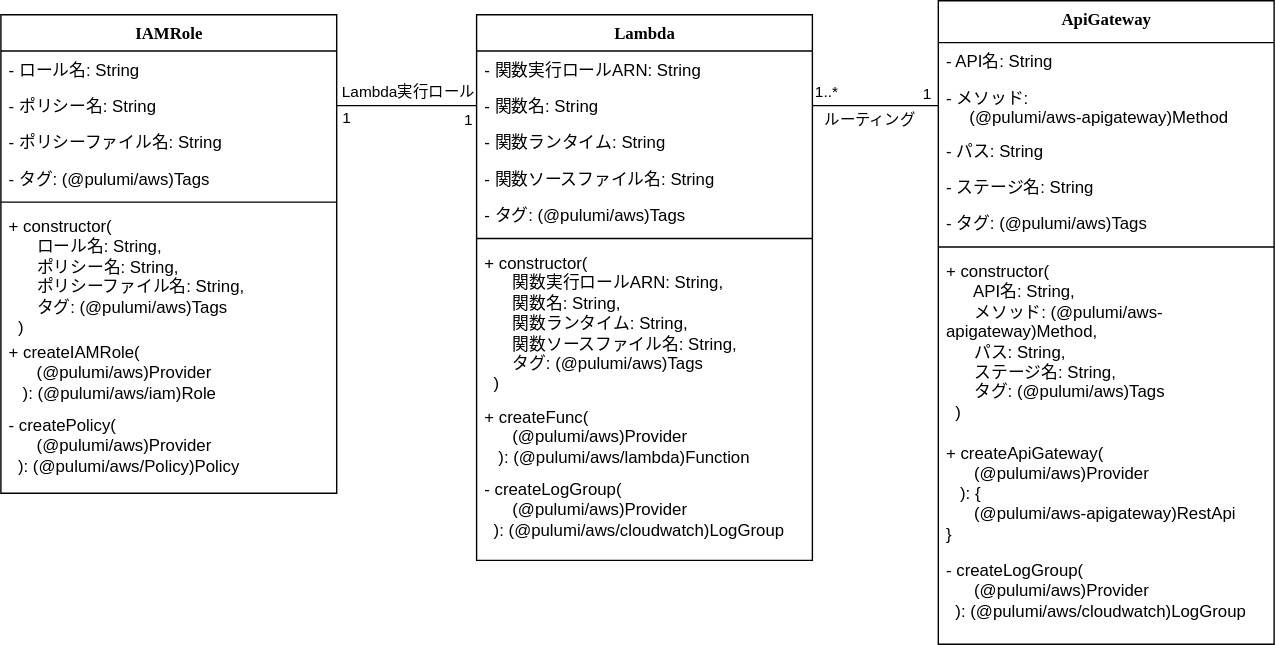
Before: .docs/PicToTextInfraClass.drawio.svg, a diagram exported from draw.io (takata-kento/InfraPicToTxt). Source tidied: cells renumbered, new cells last; positions are measured from the earlier drawing's top-left corner, leaving out a move shared by most shapes.
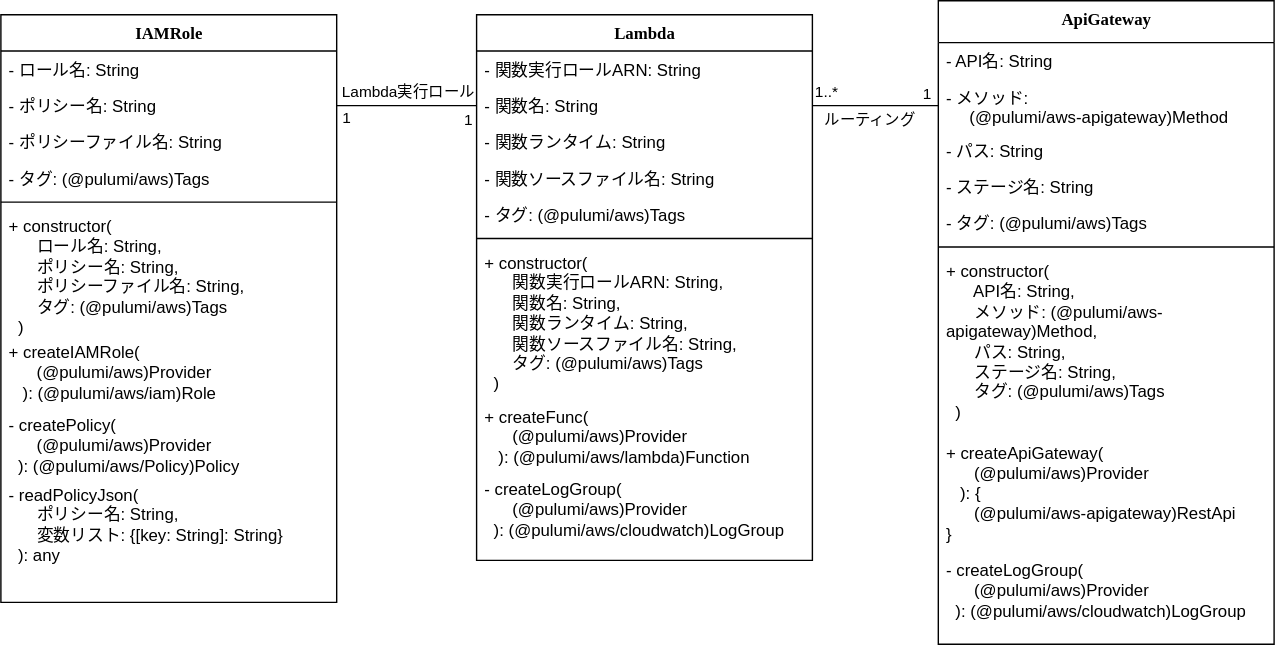
After the change.

Commit message:
クラス図にreadPolicyJsonメソッドを追加

The edit, as a diff of the source:
```diff
@@ -91,7 +91,7 @@
       </mxGeometry>
     </mxCell>
     <mxCell id="28" value="IAMRole" style="swimlane;html=1;fontStyle=1;align=center;verticalAlign=top;horizontal=1;startSize=26;swimlaneFillColor=#ffffff;rounded=0;shadow=0;comic=0;labelBackgroundColor=none;strokeWidth=1;fillColor=none;fontFamily=Verdana;fontSize=12;" parent="1" vertex="1">
-      <mxGeometry y="10" width="240" height="342" as="geometry" />
+      <mxGeometry y="10" width="240" height="420" as="geometry" />
     </mxCell>
     <mxCell id="29" value="- ロール名: String" style="text;html=1;strokeColor=none;fillColor=none;align=left;verticalAlign=top;spacingLeft=4;spacingRight=4;whiteSpace=wrap;overflow=hidden;" parent="28" vertex="1">
       <mxGeometry y="26" width="240" height="26" as="geometry" />
@@ -117,6 +117,9 @@
     <mxCell id="36" value="- createPolicy(&lt;div&gt;&amp;nbsp; &amp;nbsp; &amp;nbsp; (@pulumi/aws)Provider&lt;/div&gt;&lt;div&gt;&amp;nbsp; ):&amp;nbsp;&lt;span style=&quot;background-color: initial;&quot;&gt;(@pulumi/aws/Policy)Policy&lt;/span&gt;&lt;/div&gt;" style="text;html=1;strokeColor=none;fillColor=none;align=left;verticalAlign=top;spacingLeft=4;spacingRight=4;whiteSpace=wrap;overflow=hidden;" parent="28" vertex="1">
       <mxGeometry y="280" width="240" height="50" as="geometry" />
     </mxCell>
+    <mxCell id="41" value="- readPolicyJson(&lt;div&gt;&amp;nbsp; &amp;nbsp; &amp;nbsp; ポリシー名: String,&lt;/div&gt;&lt;div&gt;&lt;span style=&quot;background-color: initial;&quot;&gt;&amp;nbsp; &amp;nbsp; &amp;nbsp; 変数リスト: {[key: String]: String}&lt;/span&gt;&lt;/div&gt;&lt;div&gt;&lt;span style=&quot;background-color: initial;&quot;&gt;&amp;nbsp; ): any&lt;/span&gt;&lt;/div&gt;" style="text;html=1;strokeColor=none;fillColor=none;align=left;verticalAlign=top;spacingLeft=4;spacingRight=4;whiteSpace=wrap;overflow=hidden;" parent="28" vertex="1">
+      <mxGeometry y="330" width="240" height="70" as="geometry" />
+    </mxCell>
     <mxCell id="37" style="endArrow=none;html=1;rounded=0;exitX=1;exitY=0.5;exitDx=0;exitDy=0;entryX=0;entryY=0.5;entryDx=0;entryDy=0;" parent="1" edge="1" source="30" target="4">
       <mxGeometry relative="1" as="geometry" />
     </mxCell>
```
